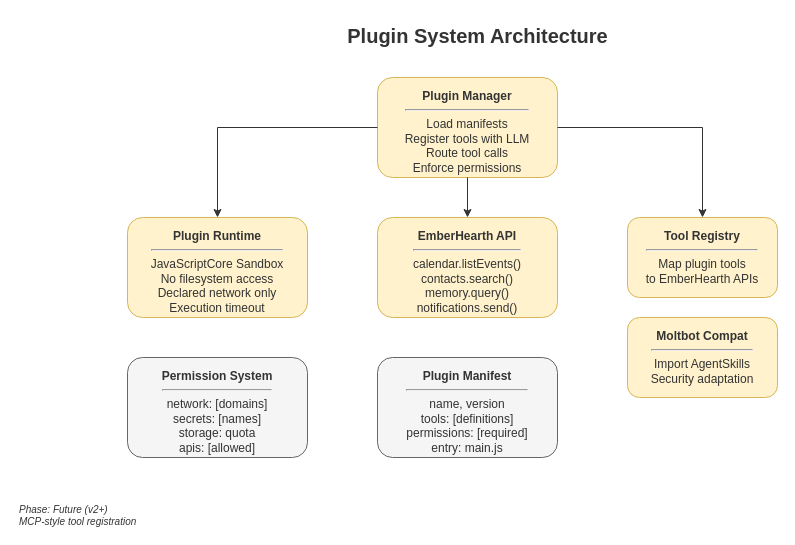
tokenfires/emberhearth keeps this draw.io diagram as page "Plugin System" (4 of 7) of docs/diagrams/emberhearth-architecture.drawio. Above is the earlier version. Source tidied: cells renumbered, new cells numbered last; positions are measured from the earlier drawing's top-left corner, leaving out a move shared by most shapes. Both pictures are drawn from the tidied source at 100%, with x=0, y=0 at pixel (17, 17).
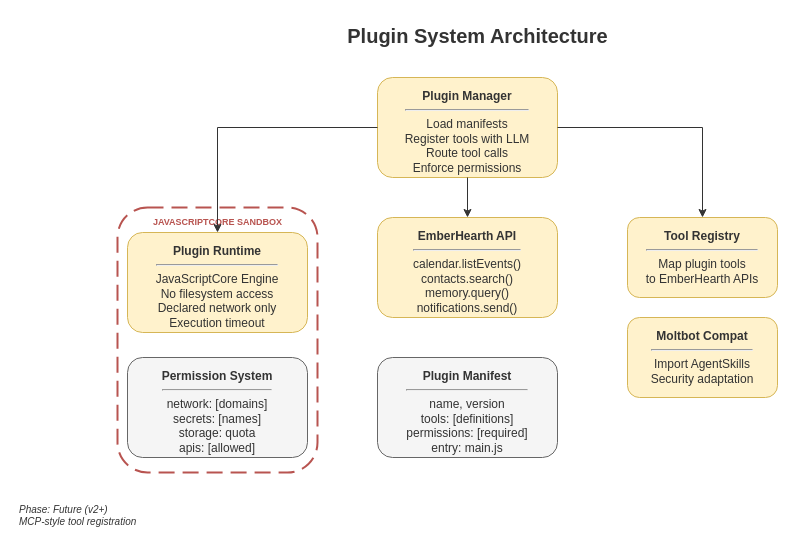
After the change.

Commit message (it also covers changes not shown here):
docs: Add visual sandbox boundaries and flow arrows to diagrams

- Add sandbox boundary around XPC services in main diagram (Page 1)
- Add JavaScriptCore sandbox boundary in Plugin System page (Page 4)
- Add data flow arrows (Layer 1→2→3→4→5→6) to Security Layers page
- Add retrospective feedback loop arrow
- Add intent routing flow arrows to Integration Services page
- Add protocol implementation indicator arrows

https://claude.ai/code/session_01Heu8sAAmRQTmMEkhEF7spK

The edit, as a diff of the source:
```diff
@@
 <mxGraphModel>
   <root>
     <mxCell id="0" />
     <mxCell id="1" parent="0" />
     <mxCell id="2" value="&lt;font style=&quot;font-size: 20px;&quot;&gt;&lt;b&gt;Plugin System Architecture&lt;/b&gt;&lt;/font&gt;" style="text;html=1;strokeColor=none;fillColor=none;align=center;fontColor=#333333;" parent="1" vertex="1">
       <mxGeometry x="310" width="300" height="30" as="geometry" />
     </mxCell>
     <mxCell id="3" value="&lt;b&gt;Plugin Manager&lt;/b&gt;&lt;hr&gt;Load manifests&lt;br&gt;Register tools with LLM&lt;br&gt;Route tool calls&lt;br&gt;Enforce permissions" style="rounded=1;whiteSpace=wrap;html=1;fillColor=#fff2cc;strokeColor=#d6b656;verticalAlign=top;spacingTop=5;fontColor=#333333;" parent="1" vertex="1">
       <mxGeometry x="360" y="60" width="180" height="100" as="geometry" />
     </mxCell>
+    <mxCell id="14" style="rounded=1;whiteSpace=wrap;html=1;fillColor=none;strokeColor=#B85450;strokeWidth=2;dashed=1;dashPattern=8 4;" parent="1" vertex="1">
+      <mxGeometry x="100" y="190" width="200" height="265" as="geometry" />
+    </mxCell>
+    <mxCell id="15" value="&lt;b&gt;JAVASCRIPTCORE SANDBOX&lt;/b&gt;" style="text;html=1;strokeColor=none;fillColor=none;fontStyle=0;align=center;fontColor=#B85450;fontSize=9;" parent="1" vertex="1">
+      <mxGeometry x="105" y="193" width="190" height="15" as="geometry" />
+    </mxCell>
-    <mxCell id="4" value="&lt;b&gt;Plugin Runtime&lt;/b&gt;&lt;hr&gt;JavaScriptCore Sandbox&lt;br&gt;No filesystem access&lt;br&gt;Declared network only&lt;br&gt;Execution timeout" style="rounded=1;whiteSpace=wrap;html=1;fillColor=#fff2cc;strokeColor=#d6b656;verticalAlign=top;spacingTop=5;fontColor=#333333;" parent="1" vertex="1">
-      <mxGeometry x="110" y="200" width="180" height="100" as="geometry" />
+    <mxCell id="4" value="&lt;b&gt;Plugin Runtime&lt;/b&gt;&lt;hr&gt;JavaScriptCore Engine&lt;br&gt;No filesystem access&lt;br&gt;Declared network only&lt;br&gt;Execution timeout" style="rounded=1;whiteSpace=wrap;html=1;fillColor=#fff2cc;strokeColor=#d6b656;verticalAlign=top;spacingTop=5;fontColor=#333333;" parent="1" vertex="1">
+      <mxGeometry x="110" y="215" width="180" height="100" as="geometry" />
     </mxCell>
     <mxCell id="5" value="&lt;b&gt;EmberHearth API&lt;/b&gt;&lt;hr&gt;calendar.listEvents()&lt;br&gt;contacts.search()&lt;br&gt;memory.query()&lt;br&gt;notifications.send()" style="rounded=1;whiteSpace=wrap;html=1;fillColor=#fff2cc;strokeColor=#d6b656;verticalAlign=top;spacingTop=5;fontColor=#333333;" parent="1" vertex="1">
       <mxGeometry x="360" y="200" width="180" height="100" as="geometry" />
     </mxCell>
     <mxCell id="6" value="&lt;b&gt;Tool Registry&lt;/b&gt;&lt;hr&gt;Map plugin tools&lt;br&gt;to EmberHearth APIs" style="rounded=1;whiteSpace=wrap;html=1;fillColor=#fff2cc;strokeColor=#d6b656;verticalAlign=top;spacingTop=5;fontColor=#333333;" parent="1" vertex="1">
       <mxGeometry x="610" y="200" width="150" height="80" as="geometry" />
     </mxCell>
     <mxCell id="7" value="&lt;b&gt;Moltbot Compat&lt;/b&gt;&lt;hr&gt;Import AgentSkills&lt;br&gt;Security adaptation" style="rounded=1;whiteSpace=wrap;html=1;fillColor=#fff2cc;strokeColor=#d6b656;verticalAlign=top;spacingTop=5;fontColor=#333333;" parent="1" vertex="1">
       <mxGeometry x="610" y="300" width="150" height="80" as="geometry" />
     </mxCell>
     <mxCell id="8" value="&lt;b&gt;Permission System&lt;/b&gt;&lt;hr&gt;network: [domains]&lt;br&gt;secrets: [names]&lt;br&gt;storage: quota&lt;br&gt;apis: [allowed]" style="rounded=1;whiteSpace=wrap;html=1;fillColor=#f5f5f5;strokeColor=#666666;verticalAlign=top;spacingTop=5;fontColor=#333333;" parent="1" vertex="1">
       <mxGeometry x="110" y="340" width="180" height="100" as="geometry" />
     </mxCell>
     <mxCell id="9" value="&lt;b&gt;Plugin Manifest&lt;/b&gt;&lt;hr&gt;name, version&lt;br&gt;tools: [definitions]&lt;br&gt;permissions: [required]&lt;br&gt;entry: main.js" style="rounded=1;whiteSpace=wrap;html=1;fillColor=#f5f5f5;strokeColor=#666666;verticalAlign=top;spacingTop=5;fontColor=#333333;" parent="1" vertex="1">
       <mxGeometry x="360" y="340" width="180" height="100" as="geometry" />
     </mxCell>
     <mxCell id="10" style="edgeStyle=orthogonalEdgeStyle;rounded=0;html=1;strokeColor=#333333;strokeWidth=1;endArrow=classic;" parent="1" edge="1" source="3" target="4">
       <mxGeometry relative="1" as="geometry" />
     </mxCell>
     <mxCell id="11" style="edgeStyle=orthogonalEdgeStyle;rounded=0;html=1;strokeColor=#333333;strokeWidth=1;endArrow=classic;" parent="1" edge="1" source="3" target="5">
       <mxGeometry relative="1" as="geometry" />
     </mxCell>
     <mxCell id="12" style="edgeStyle=orthogonalEdgeStyle;rounded=0;html=1;strokeColor=#333333;strokeWidth=1;endArrow=classic;" parent="1" edge="1" source="3" target="6">
       <mxGeometry relative="1" as="geometry" />
     </mxCell>
     <mxCell id="13" value="Phase: Future (v2+)&lt;br&gt;MCP-style tool registration" style="text;html=1;strokeColor=none;fillColor=none;fontSize=10;fontStyle=2;fontColor=#333333;" parent="1" vertex="1">
       <mxGeometry y="480" width="150" height="30" as="geometry" />
     </mxCell>
   </root>
 </mxGraphModel>
```
